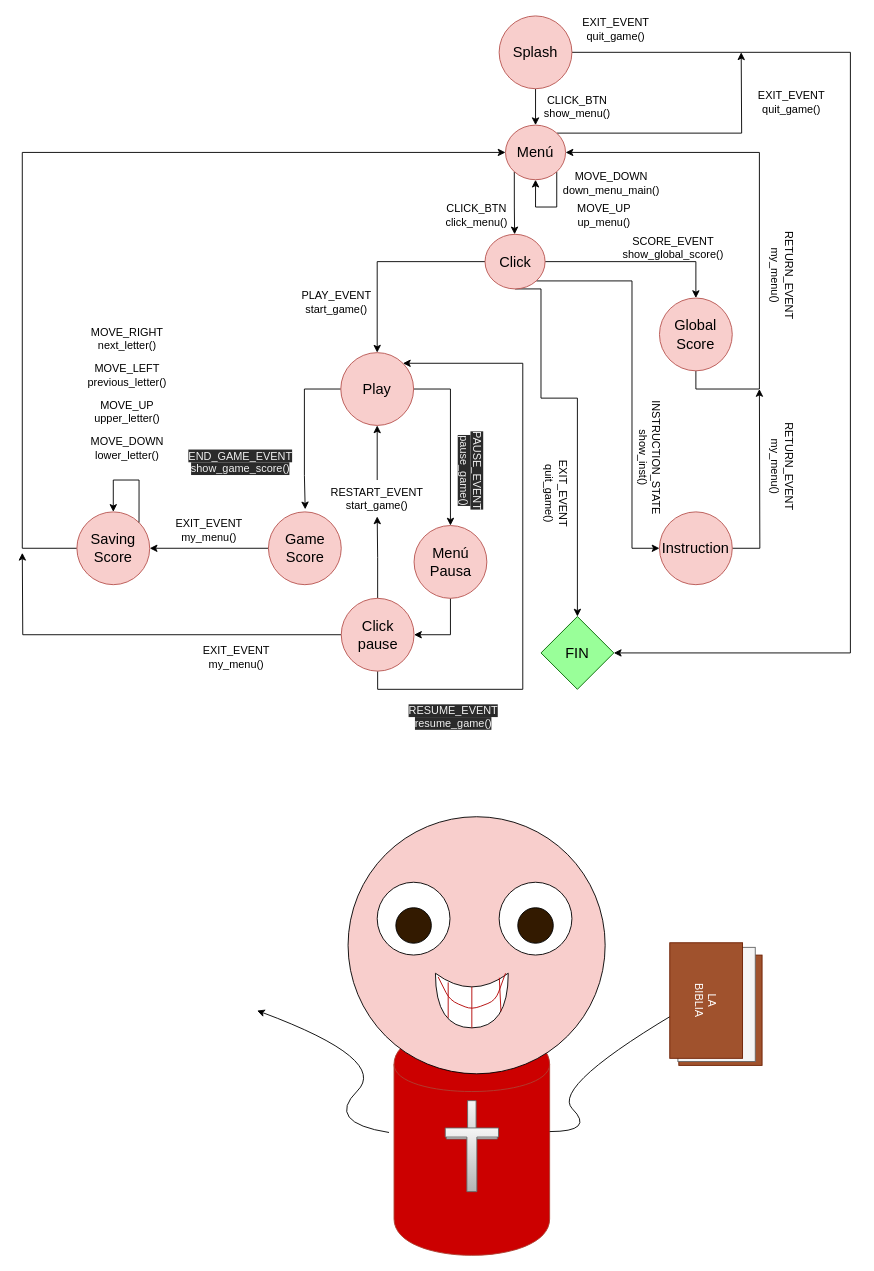
Above: some files/fsm_sketch.dio in KevinWahle/Programacion-1-TP-Integrador (draw.io), before the change. Source tidied: cells renumbered, new cells numbered last; positions are measured from the earlier drawing's top-left corner, leaving out a move shared by most shapes. Both pictures are drawn from the tidied source at 91%, with x=0, y=0 at pixel (22, 15).
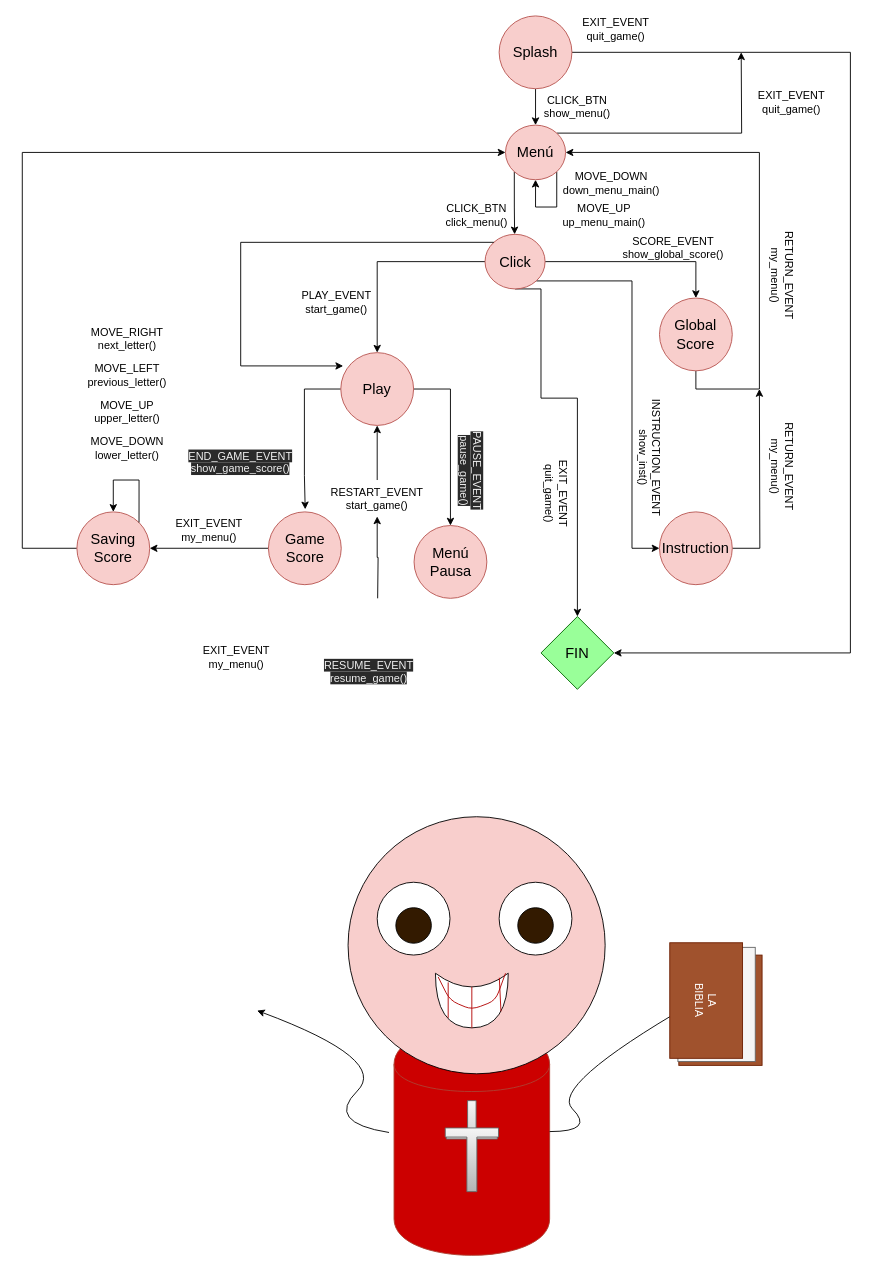
After the change.

Unchanged cells that the change refers to:
```xml
<mxCell id="17" value="Play" style="ellipse;whiteSpace=wrap;html=1;fillColor=#f8cecc;strokeColor=#b85450;fontColor=#000000;fontSize=16;" parent="1" vertex="1">
  <mxGeometry x="350" y="370" width="80" height="80" as="geometry" />
</mxCell>
<mxCell id="40" value="Click" style="ellipse;whiteSpace=wrap;html=1;fillColor=#f8cecc;strokeColor=#b85450;fontColor=#000000;fontSize=16;" parent="1" vertex="1">
  <mxGeometry x="508.5" y="240" width="66" height="60" as="geometry" />
</mxCell>
<mxCell id="50" value="Menú Pausa" style="ellipse;whiteSpace=wrap;html=1;fillColor=#f8cecc;strokeColor=#b85450;fontColor=#000000;fontSize=16;" parent="1" vertex="1">
  <mxGeometry x="430.5" y="560" width="80" height="80" as="geometry" />
</mxCell>
<mxCell id="54" value="&lt;font face=&quot;helvetica&quot;&gt;RESTART_EVENT&lt;br&gt;start_game()&lt;br&gt;&lt;br&gt;&lt;/font&gt;" style="text;whiteSpace=wrap;html=1;align=center;" parent="1" vertex="1">
  <mxGeometry x="340" y="510" width="100" height="40" as="geometry" />
</mxCell>
```

Change to the diagram source:
```diff
@@
-    <mxCell id="34" value="MOVE_UP&lt;br&gt;up_menu()" style="text;html=1;align=center;verticalAlign=middle;" parent="1" vertex="1">
-      <mxGeometry x="604" y="204" width="70" height="30" as="geometry" />
+    <mxCell id="34" value="MOVE_UP&lt;br&gt;up_menu_main()" style="text;html=1;align=center;verticalAlign=middle;" parent="1" vertex="1">
+      <mxGeometry x="584" y="204" width="110" height="30" as="geometry" />
     </mxCell>
@@
-    <mxCell id="48" style="edgeStyle=orthogonalEdgeStyle;rounded=0;jettySize=auto;html=1;exitX=0.5;exitY=1;exitDx=0;exitDy=0;entryX=1;entryY=0;entryDx=0;entryDy=0;" parent="1" edge="1" source="60" target="17">
-      <mxGeometry relative="1" as="geometry">
-        <Array as="points">
-          <mxPoint x="391" y="740" />
-          <mxPoint x="550" y="740" />
-          <mxPoint x="550" y="382" />
-        </Array>
-      </mxGeometry>
-    </mxCell>
-    <mxCell id="49" style="edgeStyle=orthogonalEdgeStyle;rounded=0;jettySize=auto;html=1;exitX=0.5;exitY=1;exitDx=0;exitDy=0;entryX=1;entryY=0.5;entryDx=0;entryDy=0;" parent="1" edge="1" source="50" target="60">
-      <mxGeometry relative="1" as="geometry" />
-    </mxCell>
@@
     <mxCell id="57" value="&lt;span style=&quot;color: rgb(240 , 240 , 240) ; font-family: &amp;#34;helvetica&amp;#34; ; font-size: 12px ; font-style: normal ; font-weight: 400 ; letter-spacing: normal ; text-indent: 0px ; text-transform: none ; word-spacing: 0px ; background-color: rgb(42 , 42 , 42) ; float: none ; display: inline&quot;&gt;RESUME_EVENT&lt;/span&gt;&lt;br style=&quot;color: rgb(240 , 240 , 240) ; font-family: &amp;#34;helvetica&amp;#34; ; font-size: 12px ; font-style: normal ; font-weight: 400 ; letter-spacing: normal ; text-indent: 0px ; text-transform: none ; word-spacing: 0px ; background-color: rgb(42 , 42 , 42)&quot;&gt;&lt;span style=&quot;color: rgb(240 , 240 , 240) ; font-family: &amp;#34;helvetica&amp;#34; ; font-size: 12px ; font-style: normal ; font-weight: 400 ; letter-spacing: normal ; text-indent: 0px ; text-transform: none ; word-spacing: 0px ; background-color: rgb(42 , 42 , 42) ; float: none ; display: inline&quot;&gt;resume_game()&lt;/span&gt;" style="text;whiteSpace=wrap;html=1;align=center;" parent="1" vertex="1">
-      <mxGeometry x="424" y="750" width="100" height="40" as="geometry" />
+      <mxGeometry x="330.5" y="700" width="100" height="40" as="geometry" />
     </mxCell>
-    <mxCell id="58" style="edgeStyle=orthogonalEdgeStyle;rounded=0;jettySize=auto;html=1;exitX=0.5;exitY=0;exitDx=0;exitDy=0;entryX=0.5;entryY=1;entryDx=0;entryDy=0;" parent="1" edge="1" source="60" target="54">
-      <mxGeometry relative="1" as="geometry" />
+    <mxCell id="58" style="edgeStyle=orthogonalEdgeStyle;rounded=0;jettySize=auto;html=1;exitX=0.5;exitY=0;exitDx=0;exitDy=0;entryX=0.5;entryY=1;entryDx=0;entryDy=0;" parent="1" edge="1" target="54">
+      <mxGeometry relative="1" as="geometry">
+        <mxPoint x="390.5" y="640" as="sourcePoint" />
+      </mxGeometry>
     </mxCell>
-    <mxCell id="59" style="edgeStyle=orthogonalEdgeStyle;rounded=0;jettySize=auto;html=1;exitX=0;exitY=0.5;exitDx=0;exitDy=0;" parent="1" edge="1" source="60">
-      <mxGeometry relative="1" as="geometry">
-        <mxPoint y="590" as="targetPoint" />
-      </mxGeometry>
-    </mxCell>
-    <mxCell id="60" value="Click&lt;br&gt;pause" style="ellipse;whiteSpace=wrap;html=1;fillColor=#f8cecc;strokeColor=#b85450;fontColor=#000000;fontSize=16;" parent="1" vertex="1">
-      <mxGeometry x="350.5" y="640" width="80" height="80" as="geometry" />
-    </mxCell>
@@
-    <mxCell id="65" value="INSTRUCTION_STATE&lt;br&gt;show_inst()" style="text;html=1;align=center;verticalAlign=middle;rotation=90;" parent="1" vertex="1">
+    <mxCell id="65" value="INSTRUCTION_EVENT&lt;br&gt;show_inst()" style="text;html=1;align=center;verticalAlign=middle;rotation=90;" parent="1" vertex="1">
       <mxGeometry x="620" y="470" width="140" height="30" as="geometry" />
     </mxCell>
@@
+    <mxCell id="74" style="edgeStyle=orthogonalEdgeStyle;rounded=0;jettySize=auto;html=1;entryX=0.033;entryY=0.183;entryDx=0;entryDy=0;exitX=0;exitY=0;exitDx=0;exitDy=0;entryPerimeter=0;" parent="1" edge="1" source="40" target="17">
+      <mxGeometry relative="1" as="geometry">
+        <Array as="points">
+          <mxPoint x="240" y="249" />
+          <mxPoint x="240" y="385" />
+        </Array>
+      </mxGeometry>
+    </mxCell>
```
